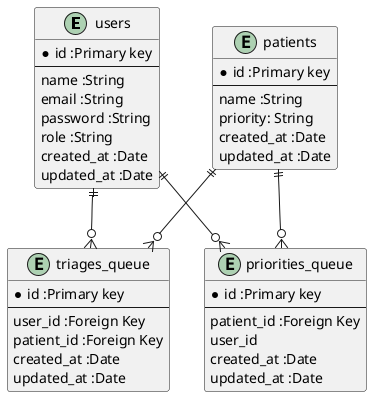
alexandrendev/Q-flow-BE keeps this PlantUML diagram as docs/ERD.png. Above is the earlier version. The source it was exported from:
```plantuml
@startuml



entity users{
	*id :Primary key
	--
	name :String
	email :String
	password :String
	role :String
	created_at :Date
	updated_at :Date
}

entity patients{
	*id :Primary key
	--
	name :String
	priority: String
        created_at :Date
        updated_at :Date
}

entity triages_queue{
        *id :Primary key
	--
	user_id :Foreign Key
	patient_id :Foreign Key
        created_at :Date
        updated_at :Date
}


entity priorities_queue{
        *id :Primary key
	--
	patient_id :Foreign Key
	user_id
        created_at :Date
        updated_at :Date
}

users ||--o{ triages_queue
patients ||--o{ triages_queue

users ||--o{ priorities_queue
patients ||--o{ priorities_queue


@enduml
```
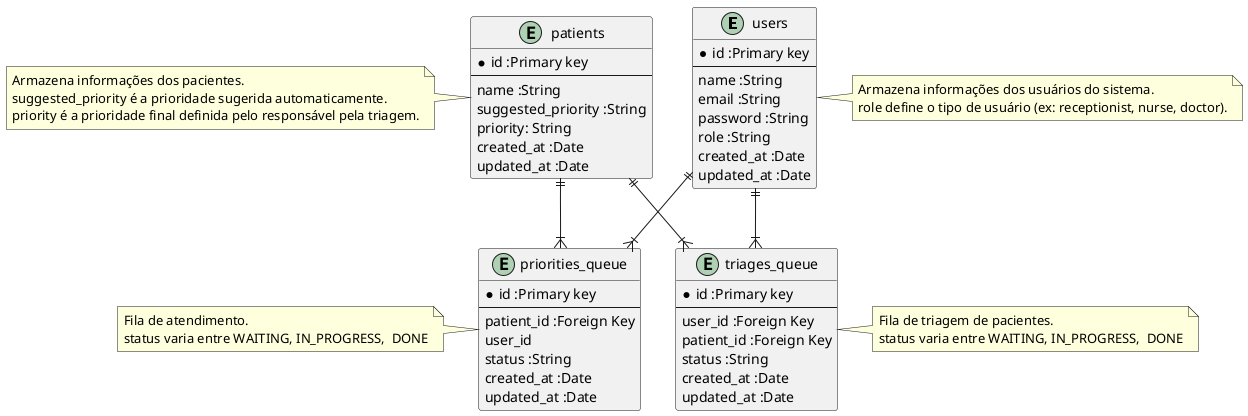
The same diagram one commit later.

Commit message:
docs: alteração do DER

The edit, as a diff of the source:
```diff
@@ -1,6 +1,4 @@
 @startuml
-
-
 
 entity users{
 	*id :Primary key
@@ -13,39 +11,61 @@
 	updated_at :Date
 }
 
+note right of users
+  Armazena informações dos usuários do sistema.
+  role define o tipo de usuário (ex: receptionist, nurse, doctor).
+end note
+
 entity patients{
 	*id :Primary key
 	--
 	name :String
+	suggested_priority :String
 	priority: String
-        created_at :Date
-        updated_at :Date
+    created_at :Date
+    updated_at :Date
 }
 
+note left of patients
+  Armazena informações dos pacientes.
+  suggested_priority é a prioridade sugerida automaticamente.
+  priority é a prioridade final definida pelo responsável pela triagem.
+end note
+
 entity triages_queue{
-        *id :Primary key
+    *id :Primary key
 	--
 	user_id :Foreign Key
 	patient_id :Foreign Key
-        created_at :Date
-        updated_at :Date
+	status :String
+    created_at :Date
+    updated_at :Date
 }
 
+note right of triages_queue
+  Fila de triagem de pacientes.
+  status varia entre WAITING, IN_PROGRESS,  DONE
+end note
 
 entity priorities_queue{
-        *id :Primary key
+    *id :Primary key
 	--
 	patient_id :Foreign Key
 	user_id
-        created_at :Date
-        updated_at :Date
+	status :String
+    created_at :Date
+    updated_at :Date
 }
 
-users ||--o{ triages_queue
-patients ||--o{ triages_queue
+note left of priorities_queue
+  Fila de atendimento.
+  status varia entre WAITING, IN_PROGRESS,  DONE
+end note
 
-users ||--o{ priorities_queue
-patients ||--o{ priorities_queue
+users ||--|{ triages_queue
+patients ||--|{ triages_queue
 
+users ||--|{ priorities_queue
+patients ||--|{ priorities_queue
 
 @enduml
```
